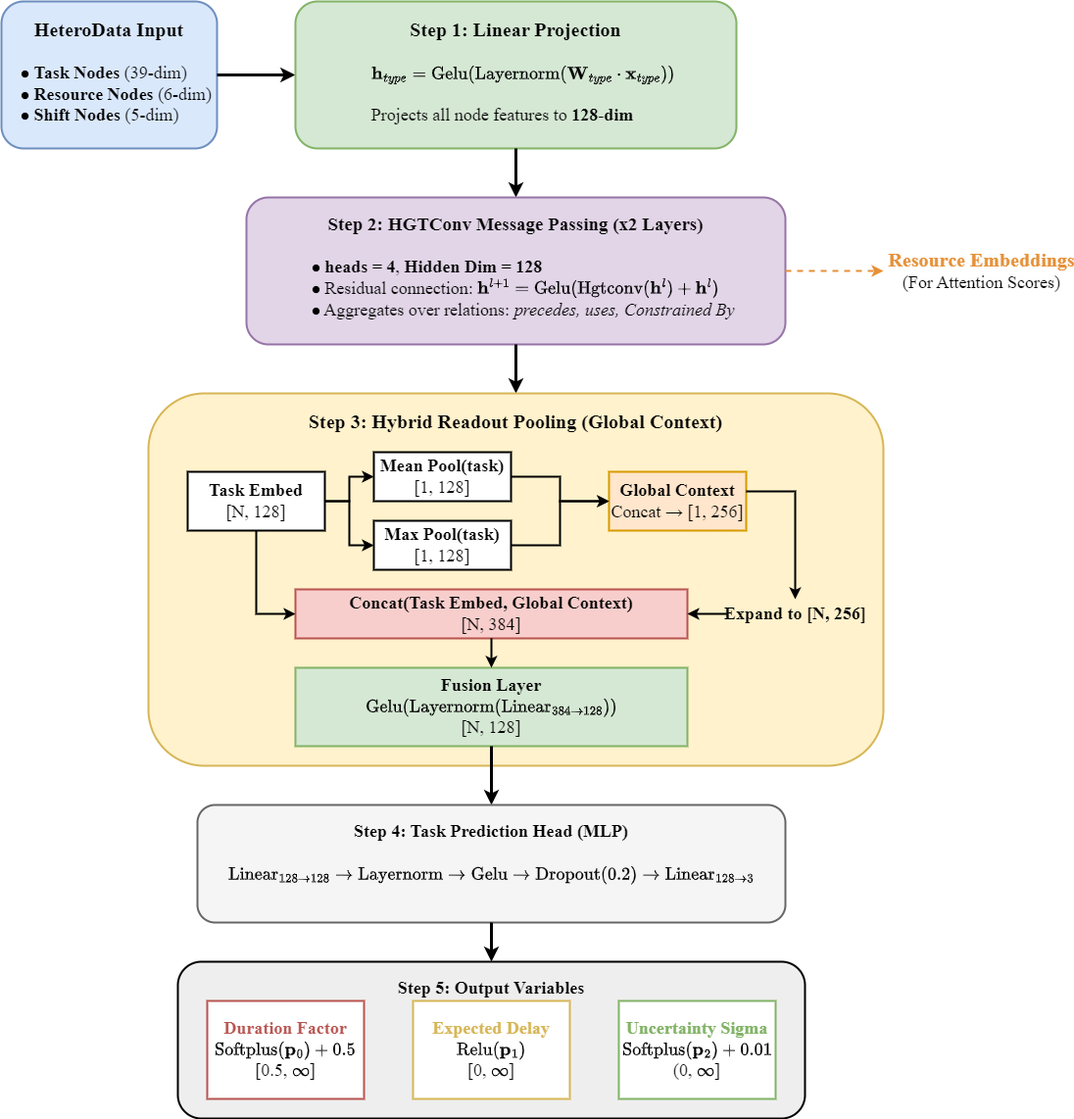
Before: docs/baocao2/image/fig2_hgt_architecture.drawio.png, a diagram exported from draw.io (ntduyit2023/Logistics-Project-Progress-Cost-Management). Source tidied: cells renumbered, new cells last; positions are measured from the earlier drawing's top-left corner, leaving out a move shared by most shapes. Its diagram source:
```xml
<mxGraphModel math="1">
  <root>
    <mxCell id="0" />
    <mxCell id="1" parent="0" />
    <mxCell id="2" value="&lt;font style=&quot;font-size: 20px;&quot;&gt;&lt;b style=&quot;&quot;&gt;HeteroData Input&lt;/b&gt;&lt;br&gt;&lt;/font&gt;&lt;div style=&quot;text-align: left; padding-left: 15px;&quot;&gt;&lt;br&gt;\(\bullet\) &lt;b&gt;Task Nodes&lt;/b&gt; (39-dim)&lt;br&gt;\(\bullet\) &lt;b&gt;Resource Nodes&lt;/b&gt; (6-dim)&lt;br&gt;\(\bullet\) &lt;b&gt;Shift Nodes&lt;/b&gt; (5-dim)&lt;/div&gt;" style="rounded=1;whiteSpace=wrap;html=1;fillColor=#dae8fc;strokeColor=#6c8ebf;strokeWidth=2;align=center;verticalAlign=top;fontFamily=Times New Roman;spacingTop=10;fontSize=18;" parent="1" vertex="1">
      <mxGeometry width="220" height="150" as="geometry" />
    </mxCell>
    <mxCell id="3" style="edgeStyle=orthogonalEdgeStyle;rounded=0;html=1;strokeColor=#000000;strokeWidth=3;endArrow=classic;fontSize=18;fontFamily=Times New Roman;" parent="1" edge="1" source="2">
      <mxGeometry relative="1" as="geometry">
        <mxPoint x="300" y="75" as="targetPoint" />
      </mxGeometry>
    </mxCell>
    <mxCell id="4" value="&lt;font style=&quot;font-size: 20px;&quot;&gt;&lt;b style=&quot;&quot;&gt;Step 1: Linear Projection&lt;/b&gt;&lt;br&gt;&lt;/font&gt;&lt;div style=&quot;text-align: left; padding-left: 15px;&quot;&gt;&lt;br&gt;\( \mathbf{h}_{type} = \text{Gelu}(\text{Layernorm}(\mathbf{W}_{type} \cdot \mathbf{x}_{type})) \)&lt;br&gt;&lt;br&gt;Projects all node features to &lt;b&gt;128-dim&lt;/b&gt;&lt;/div&gt;" style="rounded=1;whiteSpace=wrap;html=1;fillColor=#d5e8d4;strokeColor=#82b366;strokeWidth=2;align=center;verticalAlign=top;fontFamily=Times New Roman;spacingTop=10;fontSize=18;" parent="1" vertex="1">
      <mxGeometry x="300" width="450" height="150" as="geometry" />
    </mxCell>
    <mxCell id="5" style="edgeStyle=orthogonalEdgeStyle;rounded=0;html=1;strokeColor=#000000;strokeWidth=3;endArrow=classic;fontSize=18;fontFamily=Times New Roman;" parent="1" edge="1" source="4">
      <mxGeometry relative="1" as="geometry">
        <mxPoint x="525" y="200" as="targetPoint" />
      </mxGeometry>
    </mxCell>
    <mxCell id="6" value="&lt;font style=&quot;font-size: 19px;&quot;&gt;&lt;b&gt;Step 2: HGTConv Message Passing (x2 Layers)&lt;/b&gt;&lt;br&gt;&lt;/font&gt;&lt;div style=&quot;text-align: left; padding-left: 15px;&quot;&gt;&lt;br&gt;\(\bullet\) &lt;b&gt;heads = 4&lt;/b&gt;, &lt;b&gt;Hidden Dim = 128&lt;/b&gt;&lt;br&gt;\(\bullet\) Residual connection: \( \mathbf{h}^{l+1} = \text{Gelu}(\text{Hgtconv}(\mathbf{h}^{l}) + \mathbf{h}^{l}) \)&lt;br&gt;\(\bullet\) Aggregates over relations: &lt;i&gt;precedes, uses, Constrained By&lt;/i&gt;&lt;/div&gt;" style="rounded=1;whiteSpace=wrap;html=1;fillColor=#e1d5e7;strokeColor=#9673a6;strokeWidth=2;align=center;verticalAlign=top;fontFamily=Times New Roman;spacingTop=10;fontSize=18;" parent="1" vertex="1">
      <mxGeometry x="250" y="200" width="550" height="150" as="geometry" />
    </mxCell>
    <mxCell id="7" style="edgeStyle=orthogonalEdgeStyle;rounded=0;html=1;strokeColor=#000000;strokeWidth=3;endArrow=classic;fontSize=18;fontFamily=Times New Roman;" parent="1" edge="1" source="6">
      <mxGeometry relative="1" as="geometry">
        <mxPoint x="525" y="400" as="targetPoint" />
      </mxGeometry>
    </mxCell>
    <mxCell id="8" style="edgeStyle=orthogonalEdgeStyle;rounded=0;html=1;strokeColor=#e69138;strokeWidth=2;endArrow=classic;dashed=1;fontSize=18;fontFamily=Times New Roman;" parent="1" edge="1" source="6">
      <mxGeometry relative="1" as="geometry">
        <mxPoint x="900" y="275" as="targetPoint" />
        <Array as="points">
          <mxPoint x="800" y="275" />
          <mxPoint x="800" y="275" />
        </Array>
      </mxGeometry>
    </mxCell>
    <mxCell id="9" value="&lt;font style=&quot;font-size: 20px;&quot;&gt;&lt;b style=&quot;color: rgb(230, 145, 56);&quot;&gt;Resource Embeddings&lt;/b&gt;&lt;br&gt;&lt;/font&gt;(For Attention Scores)" style="text;html=1;align=center;verticalAlign=middle;fontFamily=Times New Roman;fontSize=18;" parent="1" vertex="1">
      <mxGeometry x="910" y="255" width="180" height="40" as="geometry" />
    </mxCell>
    <mxCell id="10" value="&lt;b&gt;&lt;font style=&quot;font-size: 20px;&quot;&gt;Step 3: Hybrid Readout Pooling (Global Context)&lt;/font&gt;&lt;/b&gt;" style="rounded=1;whiteSpace=wrap;html=1;fillColor=#fff2cc;strokeColor=#d6b656;strokeWidth=2;align=center;verticalAlign=top;fontFamily=Times New Roman;spacingTop=10;fontSize=18;" parent="1" vertex="1">
      <mxGeometry x="150" y="400" width="750" height="380" as="geometry" />
    </mxCell>
    <mxCell id="11" value="&lt;b&gt;Task Embed&lt;/b&gt;&lt;br&gt;[N, 128]" style="rounded=0;whiteSpace=wrap;html=1;fillColor=#ffffff;strokeColor=#000000;strokeWidth=2;align=center;verticalAlign=middle;fontFamily=Times New Roman;fontSize=18;" parent="1" vertex="1">
      <mxGeometry x="190" y="480" width="140" height="60" as="geometry" />
    </mxCell>
    <mxCell id="12" value="&lt;b&gt;Mean Pool(task)&lt;/b&gt;&lt;br&gt;[1, 128]" style="rounded=0;whiteSpace=wrap;html=1;fillColor=#ffffff;strokeColor=#000000;strokeWidth=2;align=center;verticalAlign=middle;fontFamily=Times New Roman;fontSize=18;" parent="1" vertex="1">
      <mxGeometry x="380" y="460" width="140" height="50" as="geometry" />
    </mxCell>
    <mxCell id="13" value="&lt;b&gt;Max Pool(task)&lt;/b&gt;&lt;br&gt;[1, 128]" style="rounded=0;whiteSpace=wrap;html=1;fillColor=#ffffff;strokeColor=#000000;strokeWidth=2;align=center;verticalAlign=middle;fontFamily=Times New Roman;fontSize=18;" parent="1" vertex="1">
      <mxGeometry x="380" y="530" width="140" height="50" as="geometry" />
    </mxCell>
    <mxCell id="14" value="&lt;b&gt;Global Context&lt;/b&gt;&lt;br&gt;Concat → [1, 256]" style="rounded=0;whiteSpace=wrap;html=1;fillColor=#ffe6cc;strokeColor=#d79b00;strokeWidth=2;align=center;verticalAlign=middle;fontFamily=Times New Roman;fontSize=18;" parent="1" vertex="1">
      <mxGeometry x="620" y="480" width="140" height="60" as="geometry" />
    </mxCell>
    <mxCell id="15" style="edgeStyle=orthogonalEdgeStyle;rounded=0;html=1;strokeColor=#000000;strokeWidth=2;fontSize=18;fontFamily=Times New Roman;" parent="1" edge="1" source="11" target="12">
      <mxGeometry relative="1" as="geometry" />
    </mxCell>
    <mxCell id="16" style="edgeStyle=orthogonalEdgeStyle;rounded=0;html=1;strokeColor=#000000;strokeWidth=2;fontSize=18;fontFamily=Times New Roman;" parent="1" edge="1" source="11" target="13">
      <mxGeometry relative="1" as="geometry" />
    </mxCell>
    <mxCell id="17" style="edgeStyle=orthogonalEdgeStyle;rounded=0;html=1;strokeColor=#000000;strokeWidth=2;fontSize=18;fontFamily=Times New Roman;" parent="1" edge="1" source="12" target="14">
      <mxGeometry relative="1" as="geometry" />
    </mxCell>
    <mxCell id="18" style="edgeStyle=orthogonalEdgeStyle;rounded=0;html=1;strokeColor=#000000;strokeWidth=2;fontSize=18;fontFamily=Times New Roman;" parent="1" edge="1" source="13" target="14">
      <mxGeometry relative="1" as="geometry" />
    </mxCell>
    <mxCell id="19" value="Expand to [N, 256]" style="text;html=1;align=center;verticalAlign=middle;fontFamily=Times New Roman;fontSize=18;fontStyle=1;" parent="1" vertex="1">
      <mxGeometry x="740" y="610" width="140" height="30" as="geometry" />
    </mxCell>
    <mxCell id="20" style="edgeStyle=orthogonalEdgeStyle;rounded=0;html=1;strokeColor=#000000;strokeWidth=2;fontSize=18;fontFamily=Times New Roman;" parent="1" edge="1" source="14" target="19">
      <mxGeometry relative="1" as="geometry">
        <Array as="points">
          <mxPoint x="810" y="500" />
        </Array>
      </mxGeometry>
    </mxCell>
    <mxCell id="21" value="&lt;b&gt;Concat(Task Embed, Global Context)&lt;/b&gt;&lt;br&gt;[N, 384]" style="rounded=0;whiteSpace=wrap;html=1;fillColor=#f8cecc;strokeColor=#b85450;strokeWidth=2;align=center;verticalAlign=middle;fontFamily=Times New Roman;fontSize=18;" parent="1" vertex="1">
      <mxGeometry x="300" y="600" width="400" height="50" as="geometry" />
    </mxCell>
    <mxCell id="22" style="rounded=0;html=1;strokeColor=#000000;strokeWidth=2;fontSize=18;fontFamily=Times New Roman;entryX=0;entryY=0.5;entryDx=0;entryDy=0;edgeStyle=orthogonalEdgeStyle;" parent="1" edge="1" source="11" target="21">
      <mxGeometry relative="1" as="geometry" />
    </mxCell>
    <mxCell id="23" style="edgeStyle=orthogonalEdgeStyle;rounded=0;html=1;strokeColor=#000000;strokeWidth=2;fontSize=18;fontFamily=Times New Roman;" parent="1" edge="1" source="19" target="21">
      <mxGeometry relative="1" as="geometry">
        <Array as="points">
          <mxPoint x="740" y="625" />
          <mxPoint x="740" y="625" />
        </Array>
      </mxGeometry>
    </mxCell>
    <mxCell id="24" value="&lt;b&gt;Fusion Layer&lt;/b&gt;&lt;br&gt;\( \text{Gelu}(\text{Layernorm}(\text{Linear}_{384 \to 128})) \)&lt;br&gt;[N, 128]" style="rounded=0;whiteSpace=wrap;html=1;fillColor=#d5e8d4;strokeColor=#82b366;strokeWidth=2;align=center;verticalAlign=middle;fontFamily=Times New Roman;fontSize=18;" parent="1" vertex="1">
      <mxGeometry x="300" y="680" width="400" height="80" as="geometry" />
    </mxCell>
    <mxCell id="25" style="edgeStyle=none;html=1;strokeColor=#000000;strokeWidth=2;fontSize=18;fontFamily=Times New Roman;" parent="1" edge="1" source="21" target="24">
      <mxGeometry relative="1" as="geometry" />
    </mxCell>
    <mxCell id="26" style="edgeStyle=orthogonalEdgeStyle;rounded=0;html=1;strokeColor=#000000;strokeWidth=3;endArrow=classic;fontSize=18;fontFamily=Times New Roman;entryX=0.5;entryY=0;entryDx=0;entryDy=0;" parent="1" edge="1" source="24" target="27">
      <mxGeometry relative="1" as="geometry" />
    </mxCell>
    <mxCell id="27" value="&lt;b&gt;Step 4: Task Prediction Head (MLP)&lt;/b&gt;&lt;br&gt;&lt;br&gt;&lt;div style=&quot;text-align: center;&quot;&gt;\( \text{Linear}_{128 \to 128} \to \text{Layernorm} \to \text{Gelu} \to \text{Dropout}(0.2) \to \text{Linear}_{128 \to 3} \)&lt;/div&gt;" style="rounded=1;whiteSpace=wrap;html=1;fillColor=#f5f5f5;strokeColor=#666666;strokeWidth=2;align=center;verticalAlign=top;fontFamily=Times New Roman;spacingTop=10;fontSize=18;" parent="1" vertex="1">
      <mxGeometry x="200" y="820" width="600" height="120" as="geometry" />
    </mxCell>
    <mxCell id="28" value="&lt;b&gt;Step 5: Output Variables&lt;/b&gt;" style="rounded=1;whiteSpace=wrap;html=1;fillColor=#eeeeee;strokeColor=#000000;strokeWidth=2;align=center;verticalAlign=top;fontFamily=Times New Roman;spacingTop=10;fontSize=18;" parent="1" vertex="1">
      <mxGeometry x="180" y="980" width="640" height="160" as="geometry" />
    </mxCell>
    <mxCell id="29" style="edgeStyle=orthogonalEdgeStyle;rounded=0;html=1;strokeColor=#000000;strokeWidth=3;endArrow=classic;fontSize=18;fontFamily=Times New Roman;" parent="1" edge="1" source="27" target="28">
      <mxGeometry relative="1" as="geometry" />
    </mxCell>
    <mxCell id="30" value="&lt;b style=&quot;color: rgb(184, 84, 80);&quot;&gt;Duration Factor&lt;/b&gt;&lt;br&gt;\( \text{Softplus}(\mathbf{p}_0) + 0.5 \)&lt;br&gt;[0.5, \(\infty\)]" style="rounded=0;whiteSpace=wrap;html=1;fillColor=#ffffff;strokeColor=#b85450;strokeWidth=2;align=center;verticalAlign=middle;fontFamily=Times New Roman;fontSize=18;" parent="1" vertex="1">
      <mxGeometry x="210" y="1020" width="160" height="100" as="geometry" />
    </mxCell>
    <mxCell id="31" value="&lt;b style=&quot;color: rgb(214, 182, 86);&quot;&gt;Expected Delay&lt;/b&gt;&lt;br&gt;\( \text{Relu}(\mathbf{p}_1) \)&lt;br&gt;[0, \(\infty\)]" style="rounded=0;whiteSpace=wrap;html=1;fillColor=#ffffff;strokeColor=#d6b656;strokeWidth=2;align=center;verticalAlign=middle;fontFamily=Times New Roman;fontSize=18;" parent="1" vertex="1">
      <mxGeometry x="420" y="1020" width="160" height="100" as="geometry" />
    </mxCell>
    <mxCell id="32" value="&lt;b style=&quot;color: rgb(130, 179, 102);&quot;&gt;Uncertainty Sigma&lt;/b&gt;&lt;br&gt;\( \text{Softplus}(\mathbf{p}_2) + 0.01 \)&lt;br&gt;(0, \(\infty\)]" style="rounded=0;whiteSpace=wrap;html=1;fillColor=#ffffff;strokeColor=#82b366;strokeWidth=2;align=center;verticalAlign=middle;fontFamily=Times New Roman;fontSize=18;" parent="1" vertex="1">
      <mxGeometry x="630" y="1020" width="160" height="100" as="geometry" />
    </mxCell>
  </root>
</mxGraphModel>
```
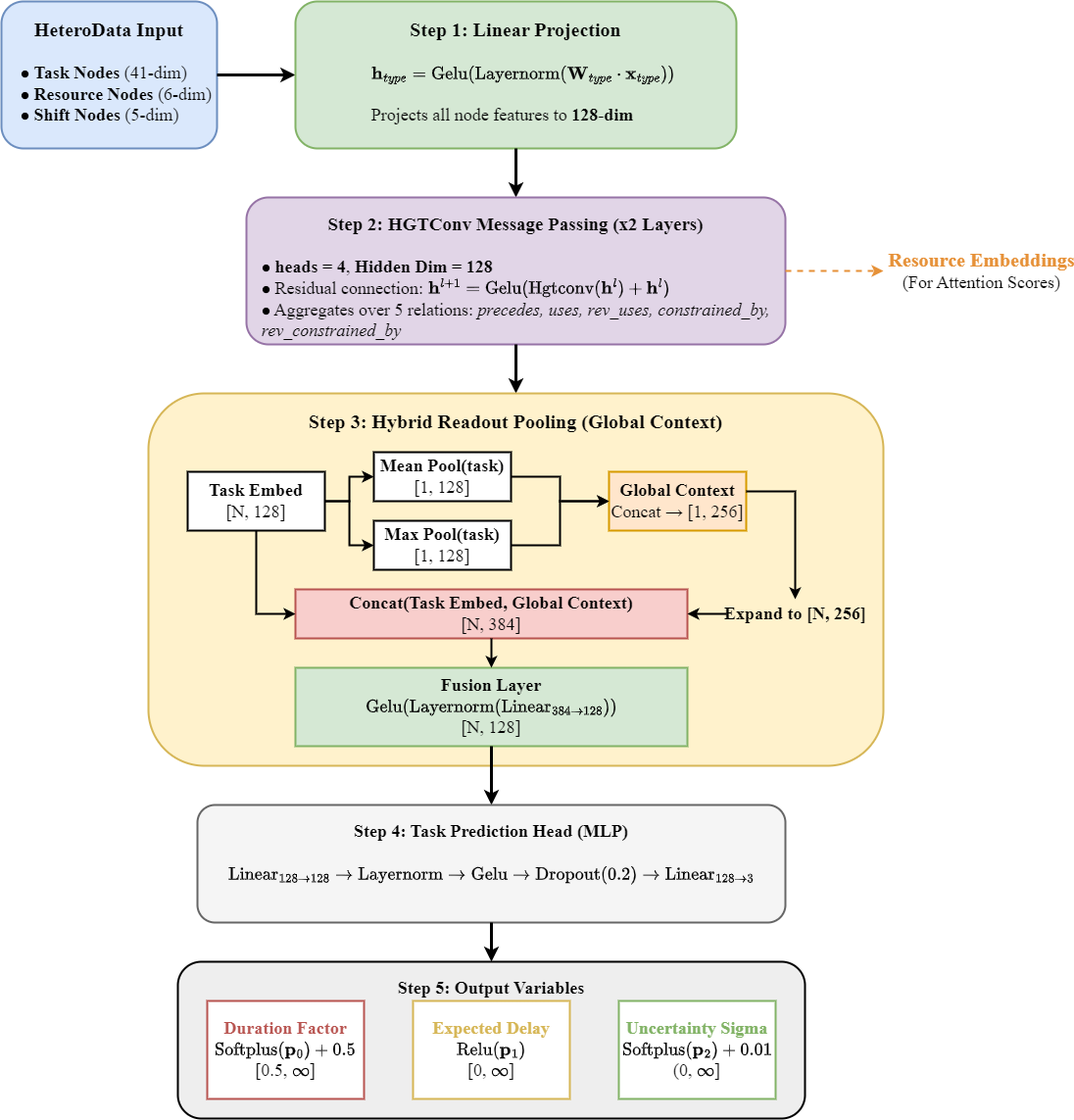
Later version of the same file.

Diff of the diagram source:
```diff
@@ -2,7 +2,7 @@
   <root>
     <mxCell id="0" />
     <mxCell id="1" parent="0" />
-    <mxCell id="2" value="&lt;font style=&quot;font-size: 20px;&quot;&gt;&lt;b style=&quot;&quot;&gt;HeteroData Input&lt;/b&gt;&lt;br&gt;&lt;/font&gt;&lt;div style=&quot;text-align: left; padding-left: 15px;&quot;&gt;&lt;br&gt;\(\bullet\) &lt;b&gt;Task Nodes&lt;/b&gt; (39-dim)&lt;br&gt;\(\bullet\) &lt;b&gt;Resource Nodes&lt;/b&gt; (6-dim)&lt;br&gt;\(\bullet\) &lt;b&gt;Shift Nodes&lt;/b&gt; (5-dim)&lt;/div&gt;" style="rounded=1;whiteSpace=wrap;html=1;fillColor=#dae8fc;strokeColor=#6c8ebf;strokeWidth=2;align=center;verticalAlign=top;fontFamily=Times New Roman;spacingTop=10;fontSize=18;" parent="1" vertex="1">
+    <mxCell id="2" value="&lt;font style=&quot;font-size: 20px;&quot;&gt;&lt;b style=&quot;&quot;&gt;HeteroData Input&lt;/b&gt;&lt;br&gt;&lt;/font&gt;&lt;div style=&quot;text-align: left; padding-left: 15px;&quot;&gt;&lt;br&gt;\(\bullet\) &lt;b&gt;Task Nodes&lt;/b&gt; (41-dim)&lt;br&gt;\(\bullet\) &lt;b&gt;Resource Nodes&lt;/b&gt; (6-dim)&lt;br&gt;\(\bullet\) &lt;b&gt;Shift Nodes&lt;/b&gt; (5-dim)&lt;/div&gt;" style="rounded=1;whiteSpace=wrap;html=1;fillColor=#dae8fc;strokeColor=#6c8ebf;strokeWidth=2;align=center;verticalAlign=top;fontFamily=Times New Roman;spacingTop=10;fontSize=18;" parent="1" vertex="1">
       <mxGeometry width="220" height="150" as="geometry" />
     </mxCell>
     <mxCell id="3" style="edgeStyle=orthogonalEdgeStyle;rounded=0;html=1;strokeColor=#000000;strokeWidth=3;endArrow=classic;fontSize=18;fontFamily=Times New Roman;" parent="1" edge="1" source="2">
@@ -18,7 +18,7 @@
         <mxPoint x="525" y="200" as="targetPoint" />
       </mxGeometry>
     </mxCell>
-    <mxCell id="6" value="&lt;font style=&quot;font-size: 19px;&quot;&gt;&lt;b&gt;Step 2: HGTConv Message Passing (x2 Layers)&lt;/b&gt;&lt;br&gt;&lt;/font&gt;&lt;div style=&quot;text-align: left; padding-left: 15px;&quot;&gt;&lt;br&gt;\(\bullet\) &lt;b&gt;heads = 4&lt;/b&gt;, &lt;b&gt;Hidden Dim = 128&lt;/b&gt;&lt;br&gt;\(\bullet\) Residual connection: \( \mathbf{h}^{l+1} = \text{Gelu}(\text{Hgtconv}(\mathbf{h}^{l}) + \mathbf{h}^{l}) \)&lt;br&gt;\(\bullet\) Aggregates over relations: &lt;i&gt;precedes, uses, Constrained By&lt;/i&gt;&lt;/div&gt;" style="rounded=1;whiteSpace=wrap;html=1;fillColor=#e1d5e7;strokeColor=#9673a6;strokeWidth=2;align=center;verticalAlign=top;fontFamily=Times New Roman;spacingTop=10;fontSize=18;" parent="1" vertex="1">
+    <mxCell id="6" value="&lt;font style=&quot;font-size: 19px;&quot;&gt;&lt;b&gt;Step 2: HGTConv Message Passing (x2 Layers)&lt;/b&gt;&lt;br&gt;&lt;/font&gt;&lt;div style=&quot;text-align: left; padding-left: 15px;&quot;&gt;&lt;br&gt;\(\bullet\) &lt;b&gt;heads = 4&lt;/b&gt;, &lt;b&gt;Hidden Dim = 128&lt;/b&gt;&lt;br&gt;\(\bullet\) Residual connection: \( \mathbf{h}^{l+1} = \text{Gelu}(\text{Hgtconv}(\mathbf{h}^{l}) + \mathbf{h}^{l}) \)&lt;br&gt;\(\bullet\) Aggregates over 5 relations: &lt;i&gt;precedes, uses, rev_uses, constrained_by, rev_constrained_by&lt;/i&gt;&lt;/div&gt;" style="rounded=1;whiteSpace=wrap;html=1;fillColor=#e1d5e7;strokeColor=#9673a6;strokeWidth=2;align=center;verticalAlign=top;fontFamily=Times New Roman;spacingTop=10;fontSize=18;" parent="1" vertex="1">
       <mxGeometry x="250" y="200" width="550" height="150" as="geometry" />
     </mxCell>
     <mxCell id="7" style="edgeStyle=orthogonalEdgeStyle;rounded=0;html=1;strokeColor=#000000;strokeWidth=3;endArrow=classic;fontSize=18;fontFamily=Times New Roman;" parent="1" edge="1" source="6">
```
